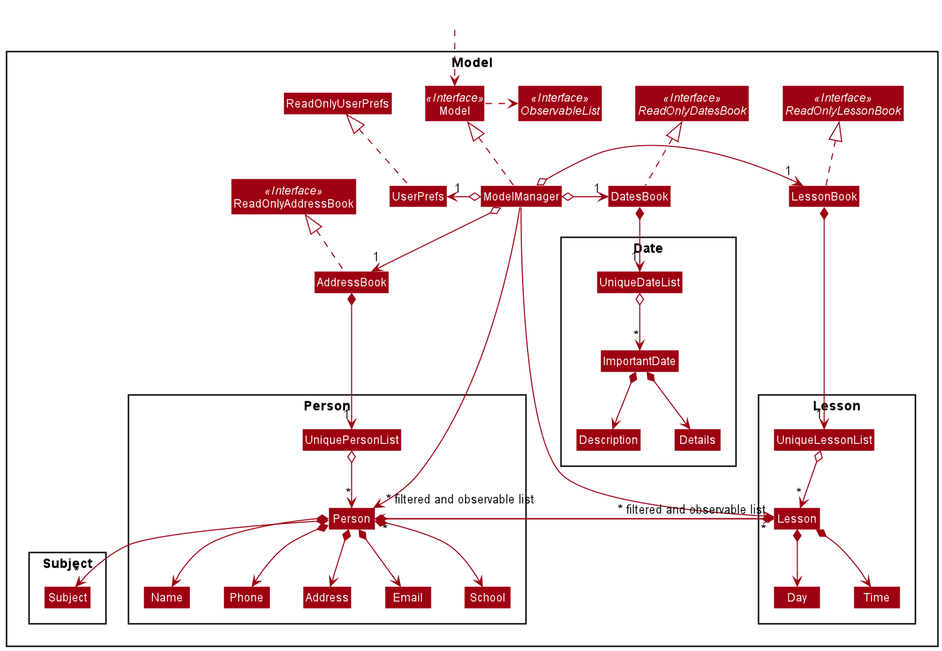
Before: docs/images/ModelClassDiagram.png, a diagram exported from PlantUML (nus-cs2103-AY2021S2/tp).
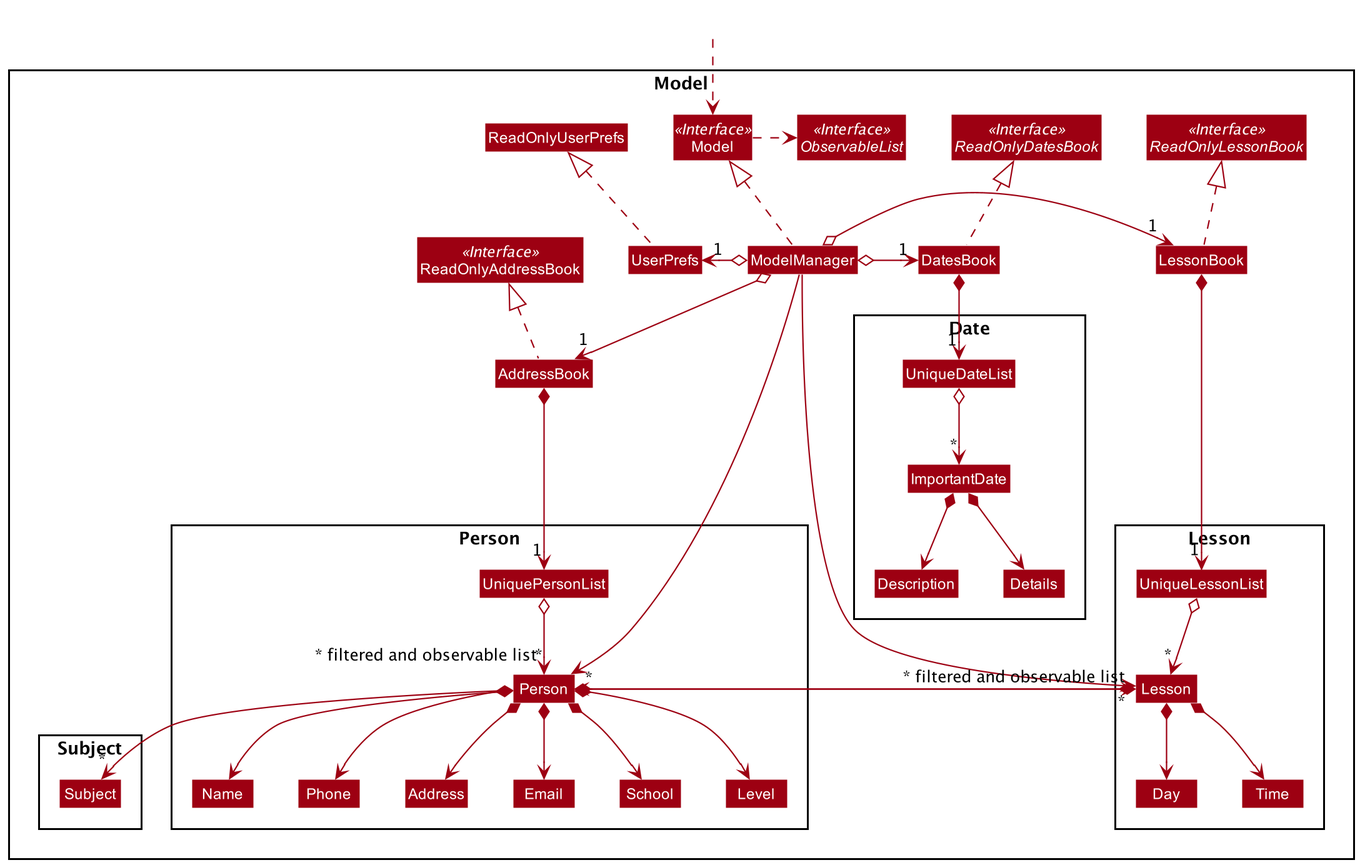
Later version of the same file.

Commit message:
update dg - Person class - add command - edit command

Diff of the diagram source:
```diff
@@ -26,6 +26,7 @@
 Class Name
 Class Phone
 Class School
+Class Level
 Class UniquePersonList
 }
 
@@ -70,6 +71,7 @@
 Person *--> Email
 Person *--> Address
 Person *--> School
+Person *--> Level
 Person *--> "*" Subject
 Person *--> "*" Lesson
 
```
